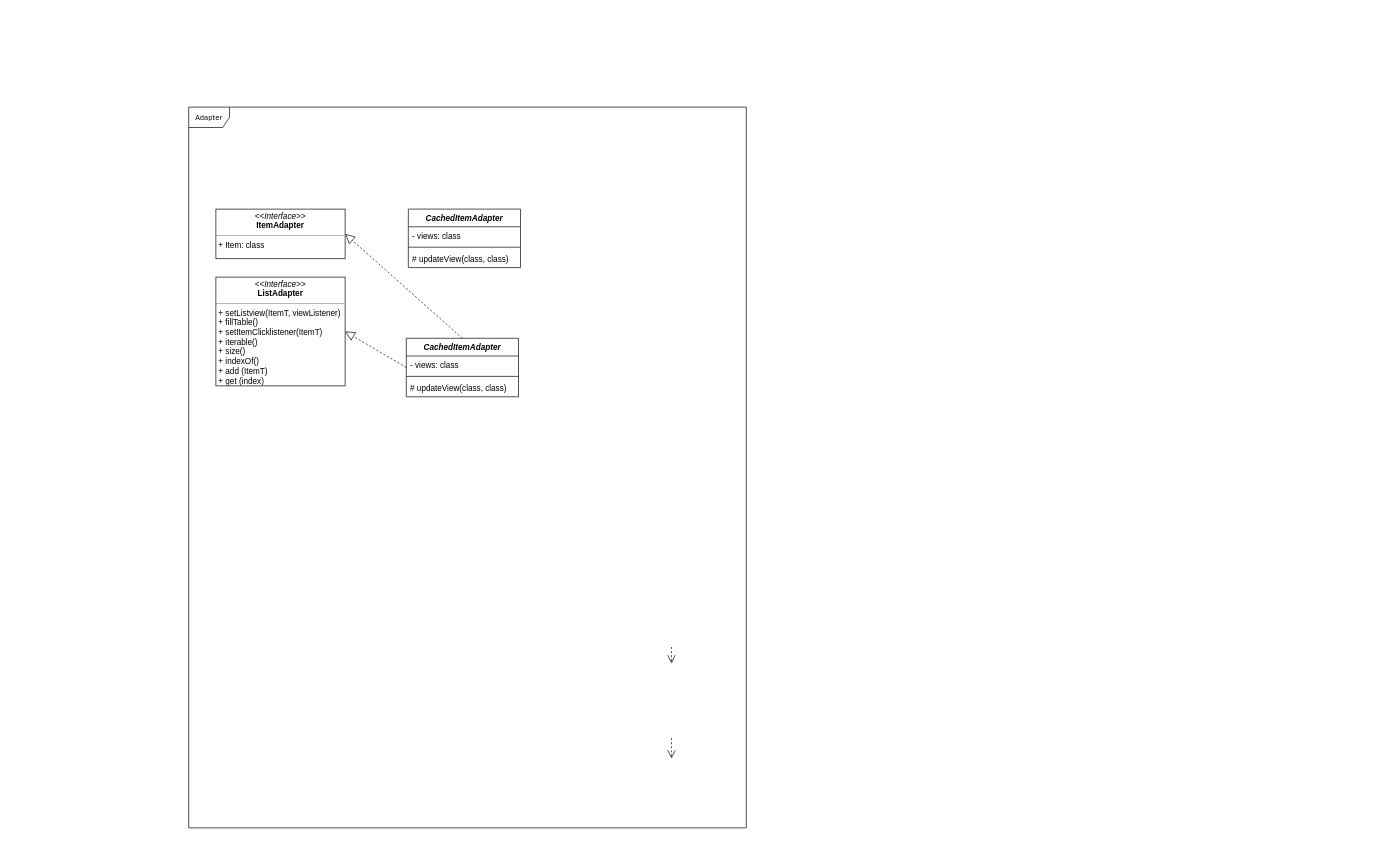
Mongobob/swc-group45 keeps this draw.io diagram as Assignment 02/Untitled Diagram.drawio. Above is the earlier version. Source tidied: cells renumbered, new cells numbered last; positions are measured from the earlier drawing's top-left corner, leaving out a move shared by most shapes. Both pictures are drawn from the tidied source at 68%, with x=0, y=0 at pixel (188, 107).
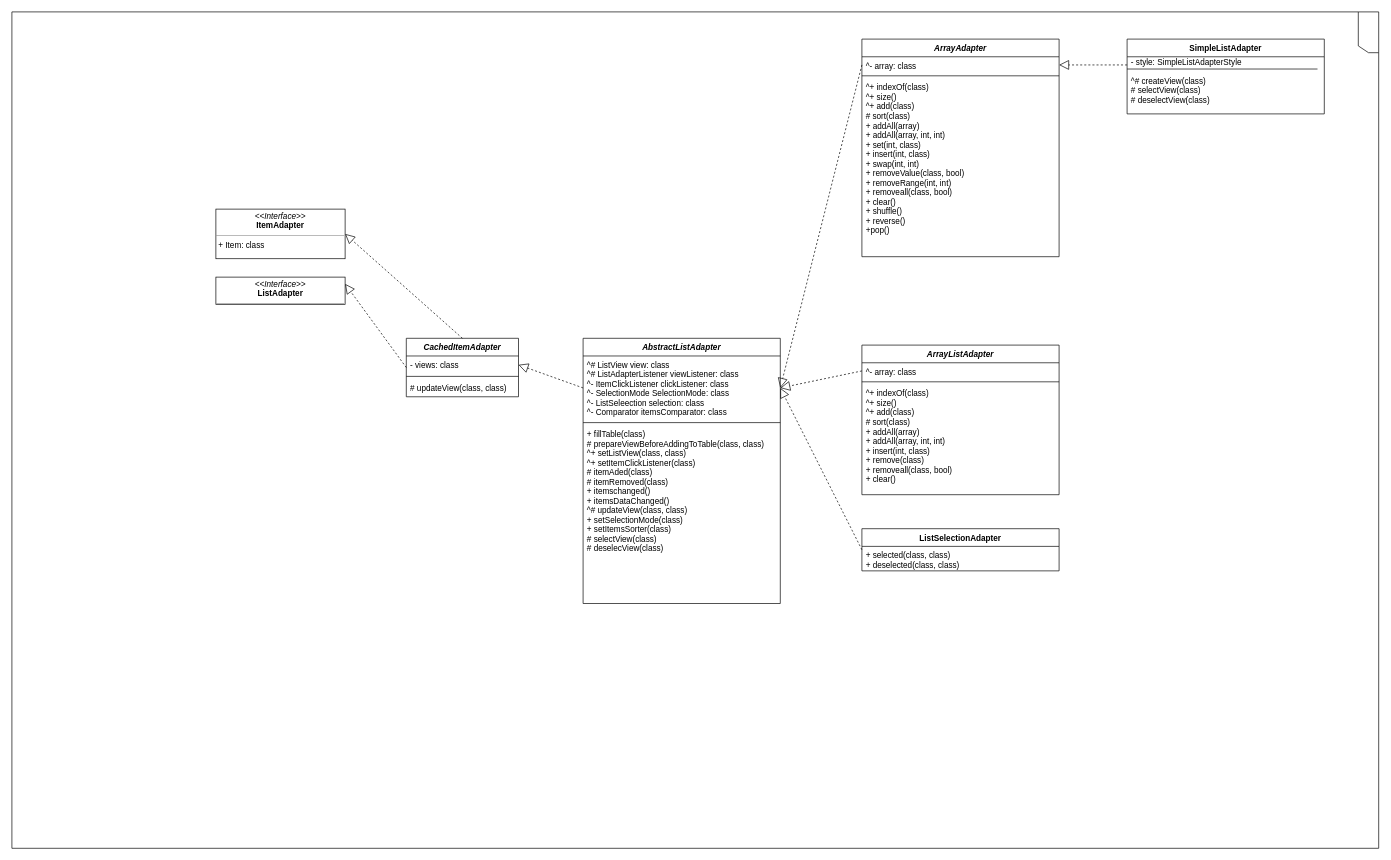
The same page after the edit.

The change refers to these unchanged cells:
```xml
<mxCell id="8" value="CachedItemAdapter" style="swimlane;fontStyle=3;align=center;verticalAlign=top;horizontal=1;startSize=26;" parent="1" vertex="1">
  <mxGeometry x="320" y="340" width="165" height="86" as="geometry" />
</mxCell>
<mxCell id="9" value="- views: class" style="text;strokeColor=none;fillColor=none;align=left;verticalAlign=top;spacingLeft=4;spacingRight=4;overflow=hidden;points=[[0,0.5],[1,0.5]];portConstraint=eastwest;" parent="8" vertex="1">
  <mxGeometry y="26" width="165" height="26" as="geometry" />
</mxCell>
```

Change to the diagram source:
```diff
@@
-    <mxCell id="2" value="CachedItemAdapter" style="swimlane;fontStyle=3;align=center;verticalAlign=top;horizontal=1;startSize=26;" parent="1" vertex="1">
-      <mxGeometry x="323" y="150" width="165" height="86" as="geometry" />
-    </mxCell>
-    <mxCell id="3" value="- views: class" style="text;strokeColor=none;fillColor=none;align=left;verticalAlign=top;spacingLeft=4;spacingRight=4;overflow=hidden;points=[[0,0.5],[1,0.5]];portConstraint=eastwest;" parent="2" vertex="1">
-      <mxGeometry y="26" width="165" height="26" as="geometry" />
-    </mxCell>
-    <mxCell id="4" style="line;strokeWidth=1;fillColor=none;align=left;verticalAlign=middle;spacingTop=-1;spacingLeft=3;spacingRight=3;labelPosition=right;" parent="2" vertex="1">
-      <mxGeometry y="52" width="165" height="8" as="geometry" />
-    </mxCell>
-    <mxCell id="5" value="# updateView(class, class)" style="text;strokeColor=none;fillColor=none;align=left;verticalAlign=top;spacingLeft=4;spacingRight=4;overflow=hidden;" parent="2" vertex="1">
-      <mxGeometry y="60" width="165" height="26" as="geometry" />
-    </mxCell>
+    <mxCell id="18" value="ArrayAdapter" style="swimlane;fontStyle=3;align=center;verticalAlign=top;horizontal=1;startSize=26;" parent="1" vertex="1">
+      <mxGeometry x="990" y="-100" width="290" height="320" as="geometry" />
+    </mxCell>
+    <mxCell id="19" value="^- array: class&#10;&#10;" style="text;strokeColor=none;fillColor=none;align=left;verticalAlign=top;spacingLeft=4;spacingRight=4;overflow=hidden;points=[[0,0.5],[1,0.5]];portConstraint=eastwest;" parent="18" vertex="1">
+      <mxGeometry y="26" width="290" height="24" as="geometry" />
+    </mxCell>
+    <mxCell id="20" style="line;strokeWidth=1;fillColor=none;align=left;verticalAlign=middle;spacingTop=-1;spacingLeft=3;spacingRight=3;labelPosition=right;" parent="18" vertex="1">
+      <mxGeometry y="50" width="290" height="8" as="geometry" />
+    </mxCell>
+    <mxCell id="21" value="^+ indexOf(class)&#10;^+ size()&#10;^+ add(class)&#10;# sort(class)&#10;+ addAll(array)&#10;+ addAll(array, int, int)&#10;+ set(int, class)&#10;+ insert(int, class)&#10;+ swap(int, int)&#10;+ removeValue(class, bool)&#10;+ removeRange(int, int)&#10;+ removeall(class, bool)&#10;+ clear()&#10;+ shuffle()&#10;+ reverse()&#10;+pop()&#10;&#10;" style="text;strokeColor=none;fillColor=none;align=left;verticalAlign=top;spacingLeft=4;spacingRight=4;overflow=hidden;fontStyle=0;" parent="18" vertex="1">
+      <mxGeometry y="58" width="290" height="262" as="geometry" />
+    </mxCell>
-    <mxCell id="6" value="Adapter" style="shape=umlFrame;whiteSpace=wrap;html=1;rounded=0;shadow=0;comic=0;labelBackgroundColor=none;strokeWidth=1;fontFamily=Verdana;fontSize=10;align=center;" parent="1" vertex="1">
-      <mxGeometry width="820" height="1060" as="geometry" />
+    <mxCell id="6" style="shape=umlFrame;whiteSpace=wrap;html=1;rounded=0;shadow=0;comic=0;labelBackgroundColor=none;strokeWidth=1;fontFamily=Verdana;fontSize=10;align=center;direction=south;" parent="1" vertex="1">
+      <mxGeometry x="-260" y="-140" width="2010" height="1230" as="geometry" />
     </mxCell>
-    <mxCell id="7" style="edgeStyle=orthogonalEdgeStyle;rounded=0;html=1;dashed=1;labelBackgroundColor=none;startFill=0;endArrow=open;endFill=0;endSize=10;fontFamily=Verdana;fontSize=10;" parent="1" edge="1">
-      <mxGeometry relative="1" as="geometry">
-        <mxPoint x="710" y="794" as="sourcePoint" />
-        <mxPoint x="710" y="818" as="targetPoint" />
-      </mxGeometry>
-    </mxCell>
@@
-    <mxCell id="12" style="edgeStyle=orthogonalEdgeStyle;rounded=0;html=1;dashed=1;labelBackgroundColor=none;startFill=0;endArrow=open;endFill=0;endSize=10;fontFamily=Verdana;fontSize=10;" parent="1" edge="1">
-      <mxGeometry relative="1" as="geometry">
-        <mxPoint x="710" y="928" as="sourcePoint" />
-        <mxPoint x="710" y="958" as="targetPoint" />
-      </mxGeometry>
-    </mxCell>
@@
-    <mxCell id="15" value="&lt;p style=&quot;margin: 0px ; margin-top: 4px ; text-align: center&quot;&gt;&lt;i&gt;&amp;lt;&amp;lt;Interface&amp;gt;&amp;gt;&lt;/i&gt;&lt;br&gt;&lt;b&gt;ListAdapter&lt;/b&gt;&lt;/p&gt;&lt;hr size=&quot;1&quot;&gt;&lt;p style=&quot;margin: 0px ; margin-left: 4px&quot;&gt;&lt;/p&gt;&lt;p style=&quot;margin: 0px ; margin-left: 4px&quot;&gt;+ setListview(ItemT, viewListener)&lt;br&gt;+ fillTable()&lt;/p&gt;&lt;p style=&quot;margin: 0px ; margin-left: 4px&quot;&gt;+ setItemClicklistener(ItemT)&lt;/p&gt;&lt;p style=&quot;margin: 0px ; margin-left: 4px&quot;&gt;+ iterable()&lt;/p&gt;&lt;p style=&quot;margin: 0px ; margin-left: 4px&quot;&gt;+ size()&lt;/p&gt;&lt;p style=&quot;margin: 0px ; margin-left: 4px&quot;&gt;+ indexOf()&lt;/p&gt;&lt;p style=&quot;margin: 0px ; margin-left: 4px&quot;&gt;+ add (ItemT)&lt;/p&gt;&lt;p style=&quot;margin: 0px ; margin-left: 4px&quot;&gt;+ get (index)&lt;/p&gt;&lt;p style=&quot;margin: 0px ; margin-left: 4px&quot;&gt;&lt;br&gt;&lt;/p&gt;" style="verticalAlign=top;align=left;overflow=fill;fontSize=12;fontFamily=Helvetica;html=1;rounded=0;shadow=0;comic=0;labelBackgroundColor=none;strokeWidth=1;" parent="1" vertex="1">
-      <mxGeometry x="40" y="250" width="190" height="160" as="geometry" />
+    <mxCell id="15" value="&lt;p style=&quot;margin: 0px ; margin-top: 4px ; text-align: center&quot;&gt;&lt;i&gt;&amp;lt;&amp;lt;Interface&amp;gt;&amp;gt;&lt;/i&gt;&lt;br&gt;&lt;b&gt;ListAdapter&lt;/b&gt;&lt;/p&gt;&lt;hr size=&quot;1&quot;&gt;&lt;p style=&quot;margin: 0px ; margin-left: 4px&quot;&gt;&lt;/p&gt;&lt;p style=&quot;margin: 0px ; margin-left: 4px&quot;&gt;&lt;br&gt;&lt;/p&gt;&lt;p style=&quot;margin: 0px ; margin-left: 4px&quot;&gt;&lt;br&gt;&lt;/p&gt;" style="verticalAlign=top;align=left;overflow=fill;fontSize=12;fontFamily=Helvetica;html=1;rounded=0;shadow=0;comic=0;labelBackgroundColor=none;strokeWidth=1;" parent="1" vertex="1">
+      <mxGeometry x="40" y="250" width="190" height="40" as="geometry" />
     </mxCell>
-    <mxCell id="16" style="endArrow=block;dashed=1;endFill=0;endSize=12;html=1;exitX=0;exitY=0.5;exitDx=0;exitDy=0;" parent="1" edge="1" source="8">
-      <mxGeometry relative="1" as="geometry">
-        <mxPoint x="230" y="330" as="targetPoint" />
-      </mxGeometry>
+    <mxCell id="16" style="endArrow=block;dashed=1;endFill=0;endSize=12;html=1;exitX=0;exitY=0.5;exitDx=0;exitDy=0;entryX=1;entryY=0.25;entryDx=0;entryDy=0;" parent="1" edge="1" source="8" target="15">
+      <mxGeometry relative="1" as="geometry" />
     </mxCell>
@@
+    <mxCell id="2" value="AbstractListAdapter" style="swimlane;fontStyle=3;align=center;verticalAlign=top;horizontal=1;startSize=26;" parent="1" vertex="1">
+      <mxGeometry x="580" y="340" width="290" height="390" as="geometry" />
+    </mxCell>
+    <mxCell id="3" value="^# ListView view: class&#10;^# ListAdapterListener viewListener: class&#10;^- ItemClickListener clickListener: class&#10;^- SelectionMode SelectionMode: class&#10;^- ListSeleection selection: class&#10;^- Comparator itemsComparator: class&#10;" style="text;strokeColor=none;fillColor=none;align=left;verticalAlign=top;spacingLeft=4;spacingRight=4;overflow=hidden;points=[[0,0.5],[1,0.5]];portConstraint=eastwest;" parent="2" vertex="1">
+      <mxGeometry y="26" width="290" height="94" as="geometry" />
+    </mxCell>
+    <mxCell id="4" style="line;strokeWidth=1;fillColor=none;align=left;verticalAlign=middle;spacingTop=-1;spacingLeft=3;spacingRight=3;labelPosition=right;" parent="2" vertex="1">
+      <mxGeometry y="120" width="290" height="8" as="geometry" />
+    </mxCell>
+    <mxCell id="5" value="+ fillTable(class)&#10;# prepareViewBeforeAddingToTable(class, class)&#10;^+ setListView(class, class)&#10;^+ setItemClickListener(class)&#10;# itemAded(class)&#10;# itemRemoved(class)&#10;+ itemschanged()&#10;+ itemsDataChanged()&#10;^# updateView(class, class)&#10;+ setSelectionMode(class)&#10;+ setItemsSorter(class)&#10;# selectView(class)&#10;# deselecView(class)&#10;" style="text;strokeColor=none;fillColor=none;align=left;verticalAlign=top;spacingLeft=4;spacingRight=4;overflow=hidden;" parent="2" vertex="1">
+      <mxGeometry y="128" width="290" height="262" as="geometry" />
+    </mxCell>
+    <mxCell id="22" style="endArrow=block;dashed=1;endFill=0;endSize=12;html=1;exitX=0;exitY=0.5;exitDx=0;exitDy=0;entryX=1;entryY=0.5;entryDx=0;entryDy=0;" parent="1" edge="1" source="3" target="9">
+      <mxGeometry relative="1" as="geometry" />
+    </mxCell>
+    <mxCell id="23" style="endArrow=block;dashed=1;endFill=0;endSize=12;html=1;exitX=0;exitY=0.5;exitDx=0;exitDy=0;entryX=1;entryY=0.5;entryDx=0;entryDy=0;" parent="1" edge="1" source="19" target="3">
+      <mxGeometry relative="1" as="geometry" />
+    </mxCell>
+    <mxCell id="24" value="ArrayListAdapter" style="swimlane;fontStyle=3;align=center;verticalAlign=top;horizontal=1;startSize=26;" parent="1" vertex="1">
+      <mxGeometry x="990" y="350" width="290" height="220" as="geometry" />
+    </mxCell>
+    <mxCell id="25" value="^- array: class&#10;&#10;" style="text;strokeColor=none;fillColor=none;align=left;verticalAlign=top;spacingLeft=4;spacingRight=4;overflow=hidden;points=[[0,0.5],[1,0.5]];portConstraint=eastwest;" parent="24" vertex="1">
+      <mxGeometry y="26" width="290" height="24" as="geometry" />
+    </mxCell>
+    <mxCell id="26" style="line;strokeWidth=1;fillColor=none;align=left;verticalAlign=middle;spacingTop=-1;spacingLeft=3;spacingRight=3;labelPosition=right;" parent="24" vertex="1">
+      <mxGeometry y="50" width="290" height="8" as="geometry" />
+    </mxCell>
+    <mxCell id="27" value="^+ indexOf(class)&#10;^+ size()&#10;^+ add(class)&#10;# sort(class)&#10;+ addAll(array)&#10;+ addAll(array, int, int)&#10;+ insert(int, class)&#10;+ remove(class)&#10;+ removeall(class, bool)&#10;+ clear()&#10;" style="text;strokeColor=none;fillColor=none;align=left;verticalAlign=top;spacingLeft=4;spacingRight=4;overflow=hidden;fontStyle=0;" parent="24" vertex="1">
+      <mxGeometry y="58" width="290" height="162" as="geometry" />
+    </mxCell>
+    <mxCell id="28" style="endArrow=block;dashed=1;endFill=0;endSize=12;html=1;exitX=0;exitY=0.5;exitDx=0;exitDy=0;entryX=1;entryY=0.5;entryDx=0;entryDy=0;" parent="1" edge="1" source="25" target="3">
+      <mxGeometry relative="1" as="geometry" />
+    </mxCell>
+    <mxCell id="29" value="ListSelectionAdapter" style="swimlane;fontStyle=1;align=center;verticalAlign=top;horizontal=1;startSize=26;" parent="1" vertex="1">
+      <mxGeometry x="990" y="620" width="290" height="62" as="geometry" />
+    </mxCell>
+    <mxCell id="30" value="+ selected(class, class)&#10;+ deselected(class, class)" style="text;strokeColor=none;fillColor=none;align=left;verticalAlign=top;spacingLeft=4;spacingRight=4;overflow=hidden;fontStyle=0;" parent="29" vertex="1">
+      <mxGeometry y="26" width="290" height="36" as="geometry" />
+    </mxCell>
+    <mxCell id="31" style="endArrow=block;dashed=1;endFill=0;endSize=12;html=1;exitX=0;exitY=0.5;exitDx=0;exitDy=0;entryX=1;entryY=0.5;entryDx=0;entryDy=0;" parent="1" edge="1" source="29" target="3">
+      <mxGeometry relative="1" as="geometry" />
+    </mxCell>
+    <mxCell id="32" value="SimpleListAdapter" style="swimlane;fontStyle=1;align=center;verticalAlign=top;horizontal=1;startSize=26;" parent="1" vertex="1">
+      <mxGeometry x="1380" y="-100" width="290" height="110" as="geometry" />
+    </mxCell>
+    <mxCell id="33" style="endArrow=block;dashed=1;endFill=0;endSize=12;html=1;exitX=0;exitY=0.5;exitDx=0;exitDy=0;entryX=1;entryY=0.5;entryDx=0;entryDy=0;" parent="1" edge="1" target="19">
+      <mxGeometry relative="1" as="geometry">
+        <mxPoint x="1380" y="-62" as="sourcePoint" />
+      </mxGeometry>
+    </mxCell>
+    <mxCell id="34" style="line;strokeWidth=1;fillColor=none;align=left;verticalAlign=middle;spacingTop=-1;spacingLeft=3;spacingRight=3;labelPosition=right;" parent="1" vertex="1">
+      <mxGeometry x="1380" y="-60" width="280" height="8" as="geometry" />
+    </mxCell>
+    <mxCell id="35" value="- style: SimpleListAdapterStyle&#10;&#10;^# createView(class)&#10;# selectView(class)&#10;# deselectView(class)&#10;" style="text;strokeColor=none;fillColor=none;align=left;verticalAlign=top;spacingLeft=4;spacingRight=4;overflow=hidden;fontStyle=0;" parent="1" vertex="1">
+      <mxGeometry x="1380" y="-80" width="290" height="102" as="geometry" />
+    </mxCell>
```
